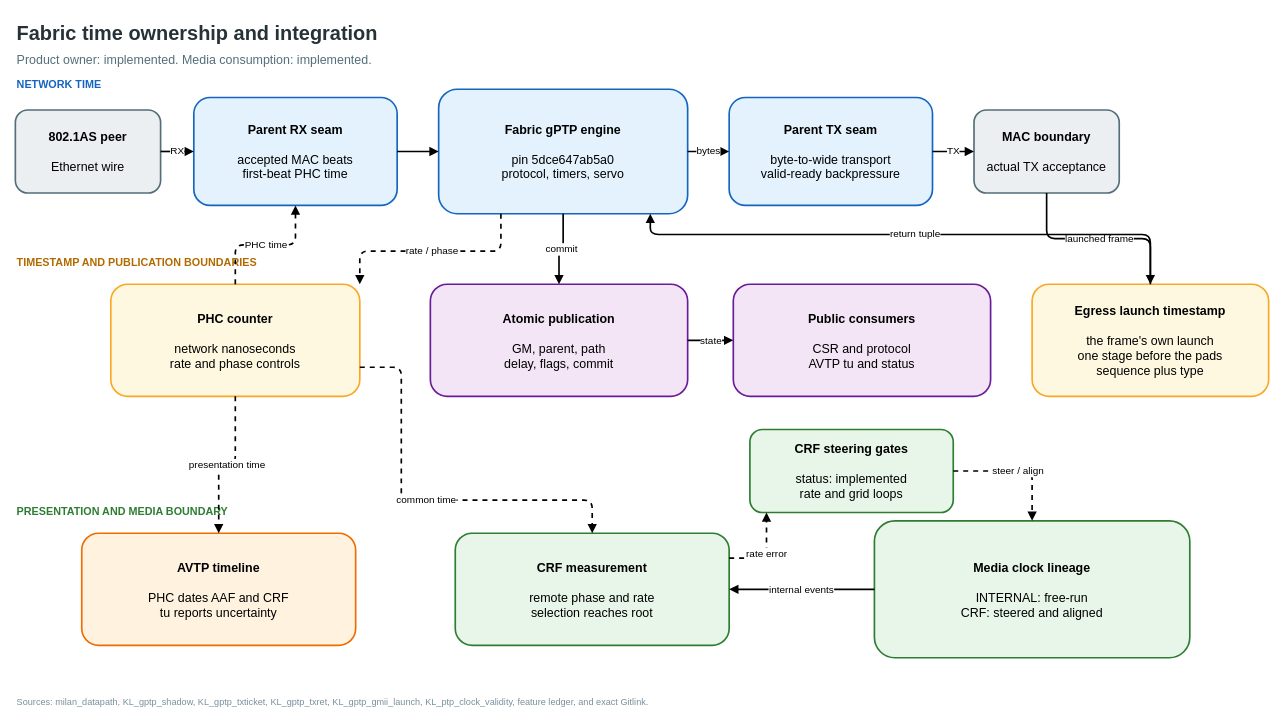
Before: docs/diagrams/timesync_chain.drawio in kebag-logic/milan-fpga, a draw.io diagram. Source tidied: cells renumbered, new cells numbered last; positions are measured from the earlier drawing's top-left corner, leaving out a move shared by most shapes. Both pictures are drawn from the tidied source at 83%, with x=0, y=0 at pixel (15, 14).
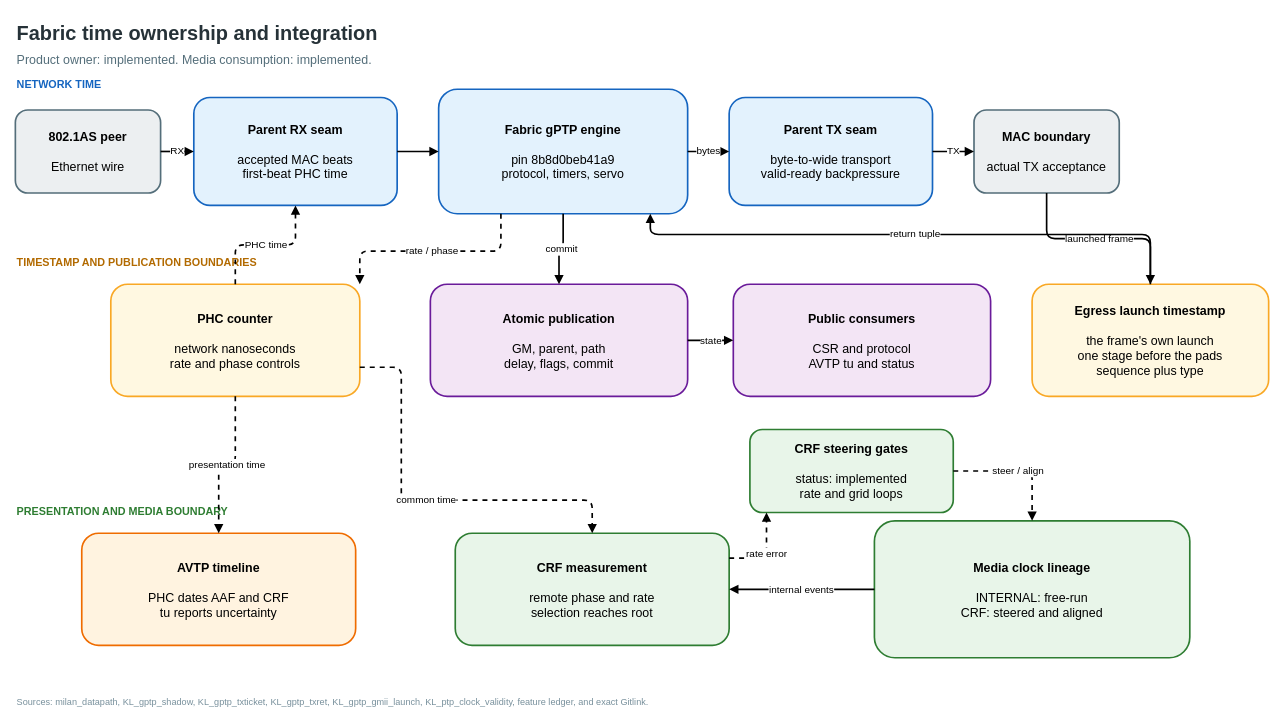
Above is the later version.

The edit, as a diff of the source:
```diff
@@
-    <mxCell id="10" value="&lt;b&gt;Fabric gPTP engine&lt;/b&gt;&lt;br&gt;&lt;br&gt;pin 5dce647ab5a0&lt;br&gt;protocol, timers, servo" style="rounded=1;whiteSpace=wrap;html=1;verticalAlign=middle;align=center;fontSize=15;strokeWidth=2;fillColor=#E3F2FD;strokeColor=#1565C0;" parent="1" vertex="1">
+    <mxCell id="10" value="&lt;b&gt;Fabric gPTP engine&lt;/b&gt;&lt;br&gt;&lt;br&gt;pin 8b8d0beb41a9&lt;br&gt;protocol, timers, servo" style="rounded=1;whiteSpace=wrap;html=1;verticalAlign=middle;align=center;fontSize=15;strokeWidth=2;fillColor=#E3F2FD;strokeColor=#1565C0;" parent="1" vertex="1">
       <mxGeometry x="510" y="90" width="300" height="150" as="geometry" />
     </mxCell>
```
